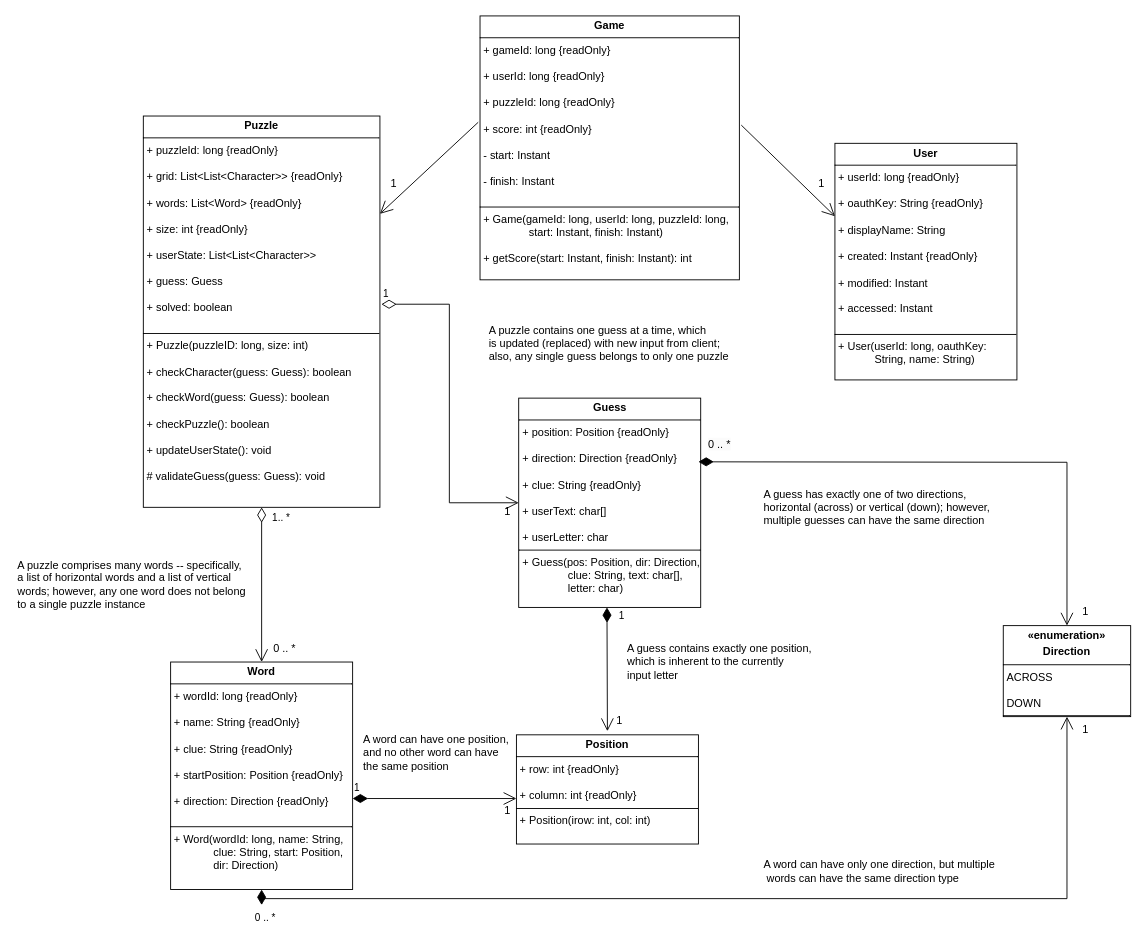
Earlier version of the draw.io diagram docs/work/CrossFyre-UML.drawio (ddc-java-21/crossfyre). Source tidied: cells renumbered, new cells numbered last; positions are measured from the earlier drawing's top-left corner, leaving out a move shared by most shapes. Both pictures are drawn from the tidied source at 91%, with x=0, y=0 at pixel (15, 15).
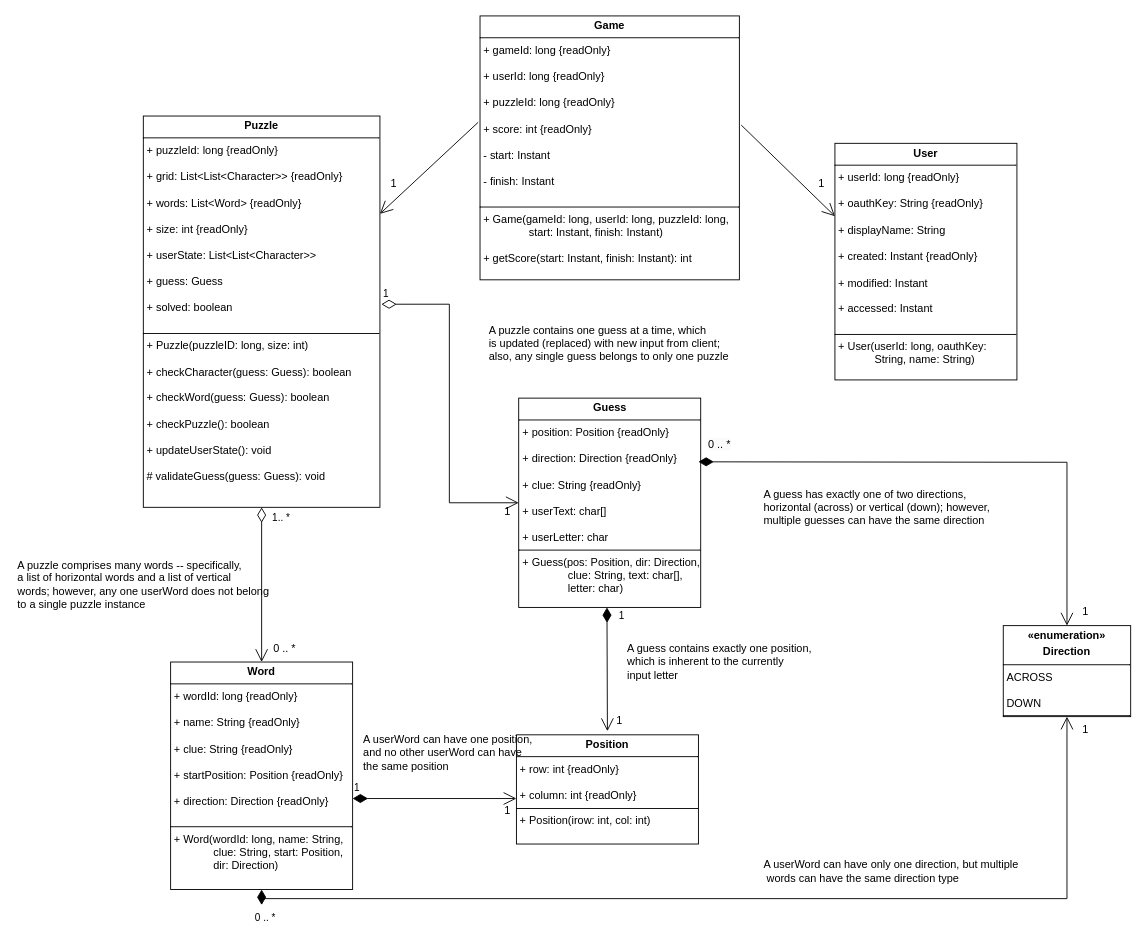
Above is the later version.

Commit message (it also covers changes not shown here):
Added Game.java and refactored Word to UserWord.java in all classes

Diff of the diagram source:
```diff
@@
-    <mxCell id="19" value="A puzzle comprises many words -- specifically,&lt;div&gt;a list of horizontal words and a list of vertical&lt;/div&gt;&lt;div&gt;words; however, any one word does not belong&lt;/div&gt;&lt;div&gt;to a single puzzle instance&lt;/div&gt;" style="text;html=1;align=left;verticalAlign=middle;strokeColor=none;fillColor=none;" parent="1" vertex="1">
+    <mxCell id="19" value="A puzzle comprises many words -- specifically,&lt;div&gt;a list of horizontal words and a list of vertical&lt;/div&gt;&lt;div&gt;words; however, any one userWord does not belong&lt;/div&gt;&lt;div&gt;to a single puzzle instance&lt;/div&gt;" style="text;html=1;align=left;verticalAlign=middle;strokeColor=none;fillColor=none;" parent="1" vertex="1">
       <mxGeometry y="590" width="270" height="70" as="geometry" />
     </mxCell>
@@
-    <mxCell id="24" value="A word can have only one direction, but multiple&lt;div&gt;&amp;nbsp;words can have the same direction type&lt;/div&gt;" style="text;html=1;align=left;verticalAlign=middle;strokeColor=none;fillColor=none;" parent="1" vertex="1">
+    <mxCell id="24" value="A userWord can have only one direction, but multiple&lt;div&gt;&amp;nbsp;words can have the same direction type&lt;/div&gt;" style="text;html=1;align=left;verticalAlign=middle;strokeColor=none;fillColor=none;" parent="1" vertex="1">
       <mxGeometry x="820" y="920" width="280" height="40" as="geometry" />
     </mxCell>
@@
-    <mxCell id="26" value="A word can have one position,&amp;nbsp;&lt;div&gt;and&amp;nbsp;&lt;span style=&quot;background-color: transparent; color: light-dark(rgb(0, 0, 0), rgb(255, 255, 255));&quot;&gt;no other word can have&amp;nbsp;&lt;/span&gt;&lt;/div&gt;&lt;div&gt;&lt;span style=&quot;background-color: transparent; color: light-dark(rgb(0, 0, 0), rgb(255, 255, 255));&quot;&gt;the same&amp;nbsp;&lt;/span&gt;&lt;span style=&quot;background-color: transparent; color: light-dark(rgb(0, 0, 0), rgb(255, 255, 255));&quot;&gt;position&lt;/span&gt;&lt;/div&gt;" style="text;html=1;align=left;verticalAlign=middle;strokeColor=none;fillColor=none;" parent="1" vertex="1">
+    <mxCell id="26" value="A userWord can have one position,&amp;nbsp;&lt;div&gt;and&amp;nbsp;&lt;span style=&quot;background-color: transparent; color: light-dark(rgb(0, 0, 0), rgb(255, 255, 255));&quot;&gt;no other userWord can have&amp;nbsp;&lt;/span&gt;&lt;/div&gt;&lt;div&gt;&lt;span style=&quot;background-color: transparent; color: light-dark(rgb(0, 0, 0), rgb(255, 255, 255));&quot;&gt;the same&amp;nbsp;&lt;/span&gt;&lt;span style=&quot;background-color: transparent; color: light-dark(rgb(0, 0, 0), rgb(255, 255, 255));&quot;&gt;position&lt;/span&gt;&lt;/div&gt;" style="text;html=1;align=left;verticalAlign=middle;strokeColor=none;fillColor=none;" parent="1" vertex="1">
       <mxGeometry x="380" y="780" width="190" height="60" as="geometry" />
     </mxCell>
```
